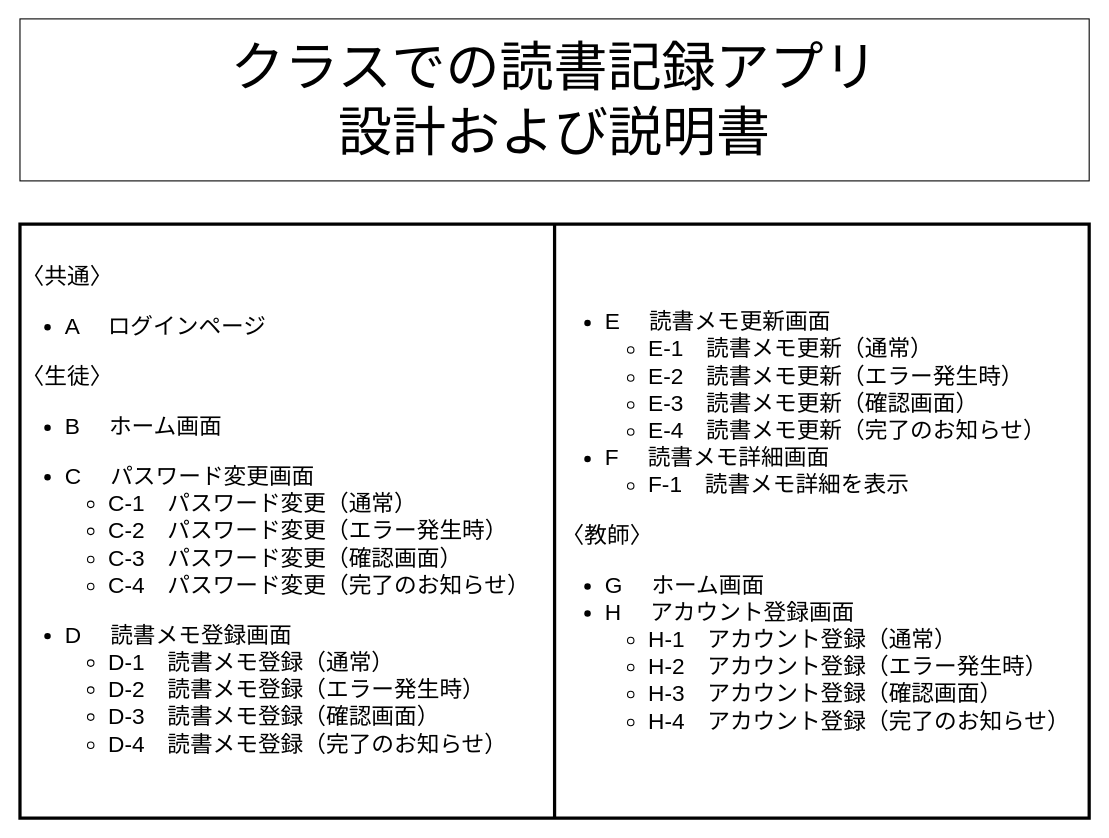
The draw.io diagram page "ページ1" (1 of 17) of ログインページ.drawio in ono-Rom5-6/student-reading-log, before the edit. Source tidied: cells renumbered, new cells numbered last; positions are measured from the earlier drawing's top-left corner, leaving out a move shared by most shapes. Both pictures are drawn from the tidied source at 108%, with x=0, y=0 at pixel (19, 18).
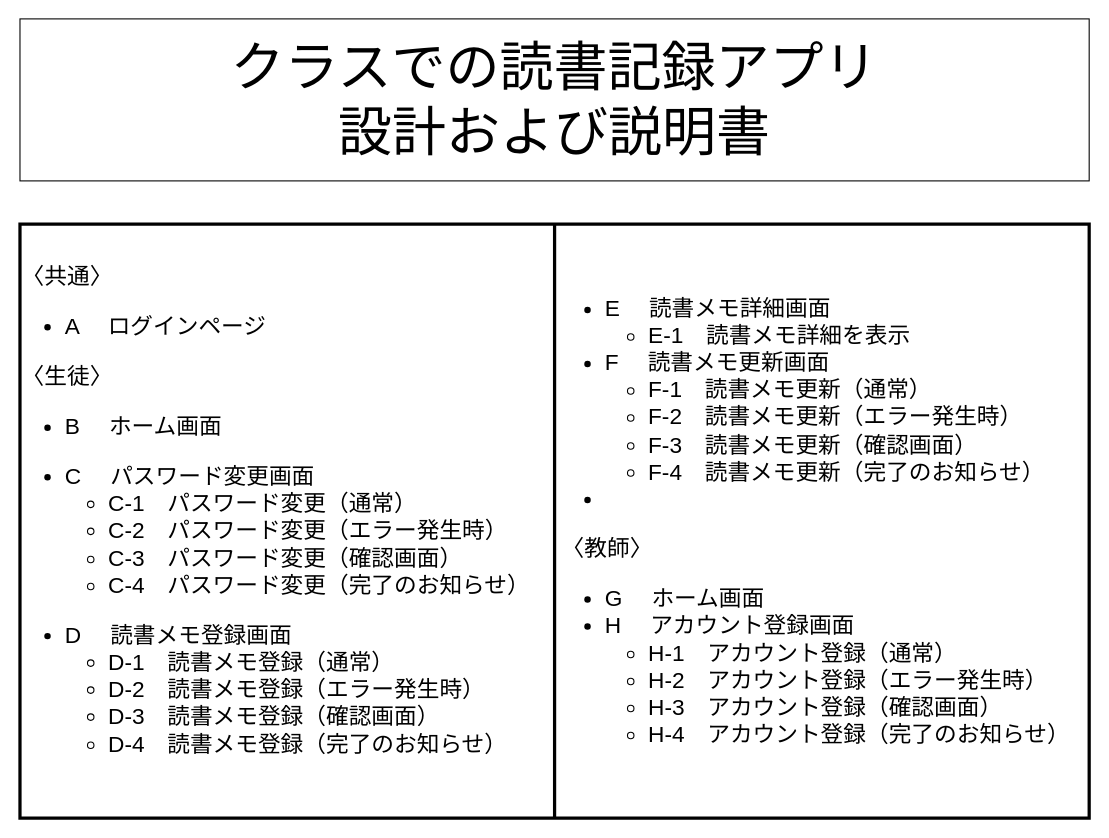
The same page after the edit.

Change to the diagram source:
```diff
@@
 <mxGraphModel>
   <root>
     <mxCell id="0" />
     <mxCell id="1" parent="0" />
     <mxCell id="2" value="&lt;font style=&quot;font-size: 50px;&quot;&gt;クラスでの読書記録アプリ&lt;/font&gt;&lt;div style=&quot;font-size: 50px;&quot;&gt;&lt;font style=&quot;font-size: 50px;&quot;&gt;設計および説明書&lt;/font&gt;&lt;/div&gt;" style="rounded=0;whiteSpace=wrap;html=1;fontSize=30;" parent="1" vertex="1">
       <mxGeometry width="990" height="150" as="geometry" />
     </mxCell>
     <mxCell id="3" style="shape=table;startSize=0;childLayout=tableLayout;strokeWidth=3;" parent="1" vertex="1">
       <mxGeometry y="190" width="990" height="550" as="geometry" />
     </mxCell>
     <mxCell id="4" style="shape=tableRow;horizontal=0;startSize=0;swimlaneHead=0;swimlaneBody=0;strokeColor=inherit;top=0;left=0;bottom=0;right=0;fillColor=none;" parent="3" vertex="1">
       <mxGeometry width="990" height="550" as="geometry" />
     </mxCell>
     <mxCell id="5" style="shape=partialRectangle;html=1;whiteSpace=wrap;strokeColor=inherit;overflow=hidden;fillColor=none;top=0;left=0;bottom=0;right=0;" parent="4" vertex="1">
       <mxGeometry width="495" height="550" as="geometry" />
     </mxCell>
     <mxCell id="6" style="shape=partialRectangle;html=1;whiteSpace=wrap;strokeColor=inherit;overflow=hidden;fillColor=none;top=0;left=0;bottom=0;right=0;" parent="4" vertex="1">
       <mxGeometry x="495" width="495" height="550" as="geometry" />
     </mxCell>
     <mxCell id="7" value="&lt;span style=&quot;background-color: initial; font-size: 21px;&quot;&gt;〈共通〉&lt;/span&gt;&lt;br&gt;&lt;ul style=&quot;font-size: 21px;&quot;&gt;&lt;li&gt;&lt;span style=&quot;background-color: initial;&quot;&gt;A 　ログインページ&lt;/span&gt;&lt;/li&gt;&lt;/ul&gt;&lt;span style=&quot;background-color: initial; font-size: 21px;&quot;&gt;〈生徒〉&lt;/span&gt;&lt;br&gt;&lt;ul style=&quot;font-size: 21px;&quot;&gt;&lt;li&gt;&lt;span style=&quot;background-color: initial;&quot;&gt;B 　ホーム画面&lt;/span&gt;&lt;/li&gt;&lt;/ul&gt;&lt;ul style=&quot;font-size: 21px;&quot;&gt;&lt;li&gt;&lt;span style=&quot;background-color: initial;&quot;&gt;C 　パスワード変更画面&lt;/span&gt;&lt;/li&gt;&lt;ul&gt;&lt;li&gt;&lt;span style=&quot;background-color: initial;&quot;&gt;C-1　パスワード変更（通常）&lt;/span&gt;&lt;/li&gt;&lt;li&gt;&lt;span style=&quot;background-color: initial;&quot;&gt;C-2　パスワード変更（エラー発生時）&lt;/span&gt;&lt;/li&gt;&lt;li&gt;&lt;span style=&quot;background-color: initial;&quot;&gt;C-3　パスワード変更（確認画面）&lt;/span&gt;&lt;/li&gt;&lt;li&gt;&lt;span style=&quot;background-color: initial;&quot;&gt;C-4　パスワード変更（完了のお知らせ）&lt;/span&gt;&lt;/li&gt;&lt;/ul&gt;&lt;/ul&gt;&lt;ul style=&quot;font-size: 21px;&quot;&gt;&lt;li&gt;&lt;span style=&quot;background-color: initial;&quot;&gt;D 　読書メモ登録画面&lt;/span&gt;&lt;/li&gt;&lt;ul&gt;&lt;li&gt;&lt;span style=&quot;background-color: initial;&quot;&gt;D-1　読書メモ登録（通常）　&lt;/span&gt;&lt;/li&gt;&lt;li&gt;&lt;span style=&quot;background-color: initial;&quot;&gt;D-2　読書メモ登録（エラー発生時）&lt;/span&gt;&lt;/li&gt;&lt;li&gt;&lt;span style=&quot;background-color: initial;&quot;&gt;D-3　読書メモ登録（確認画面）&lt;/span&gt;&lt;/li&gt;&lt;li&gt;&lt;span style=&quot;background-color: initial;&quot;&gt;D-4　読書メモ登録（完了のお知らせ）&lt;/span&gt;&lt;/li&gt;&lt;/ul&gt;&lt;/ul&gt;" style="text;html=1;align=left;verticalAlign=middle;whiteSpace=wrap;rounded=0;" parent="1" vertex="1">
       <mxGeometry y="190" width="490" height="550" as="geometry" />
     </mxCell>
-    <mxCell id="8" value="&lt;div style=&quot;font-size: 21px;&quot;&gt;&lt;ul&gt;&lt;li&gt;E 　読書メモ更新画面&lt;/li&gt;&lt;ul&gt;&lt;li&gt;E-1　読書メモ更新（通常）　&lt;/li&gt;&lt;li&gt;E-2　読書メモ更新（エラー発生時）&lt;/li&gt;&lt;li&gt;E-3　読書メモ更新（確認画面）&lt;/li&gt;&lt;li&gt;E-4　読書メモ更新（完了のお知らせ）&lt;/li&gt;&lt;/ul&gt;&lt;li&gt;F 　読書メモ詳細画面&lt;/li&gt;&lt;ul&gt;&lt;li&gt;F-1　読書メモ詳細を表示　&lt;/li&gt;&lt;/ul&gt;&lt;/ul&gt;&lt;span style=&quot;background-color: initial;&quot;&gt;〈教師〉&lt;/span&gt;&lt;br&gt;&lt;ul&gt;&lt;li&gt;G 　ホーム画面&lt;/li&gt;&lt;li&gt;H 　アカウント登録画面&lt;/li&gt;&lt;ul&gt;&lt;li&gt;H-1　アカウント登録（通常）　&lt;/li&gt;&lt;li&gt;H-2　アカウント登録（エラー発生時）&lt;/li&gt;&lt;li&gt;H-3　アカウント登録（確認画面）&lt;/li&gt;&lt;li&gt;H-4　アカウント登録（完了のお知らせ）&lt;/li&gt;&lt;/ul&gt;&lt;/ul&gt;&lt;/div&gt;" style="text;html=1;align=left;verticalAlign=middle;whiteSpace=wrap;rounded=0;" parent="1" vertex="1">
+    <mxCell id="8" value="&lt;div style=&quot;font-size: 21px;&quot;&gt;&lt;ul&gt;&lt;li&gt;E 　読書メモ詳細画面&lt;/li&gt;&lt;ul&gt;&lt;li&gt;E-1　読書メモ詳細を表示　&lt;/li&gt;&lt;/ul&gt;&lt;li&gt;F 　読書メモ更新画面&lt;/li&gt;&lt;ul&gt;&lt;li&gt;F-1　読書メモ更新（通常）　&lt;/li&gt;&lt;li&gt;F-2　読書メモ更新（エラー発生時）&lt;/li&gt;&lt;li&gt;F-3　読書メモ更新（確認画面）&lt;/li&gt;&lt;li&gt;F-4　読書メモ更新（完了のお知らせ）&lt;/li&gt;&lt;/ul&gt;&lt;li&gt;&lt;br&gt;&lt;/li&gt;&lt;/ul&gt;&lt;span style=&quot;background-color: initial;&quot;&gt;〈教師〉&lt;/span&gt;&lt;br&gt;&lt;ul&gt;&lt;li&gt;G 　ホーム画面&lt;/li&gt;&lt;li&gt;H 　アカウント登録画面&lt;/li&gt;&lt;ul&gt;&lt;li&gt;H-1　アカウント登録（通常）　&lt;/li&gt;&lt;li&gt;H-2　アカウント登録（エラー発生時）&lt;/li&gt;&lt;li&gt;H-3　アカウント登録（確認画面）&lt;/li&gt;&lt;li&gt;H-4　アカウント登録（完了のお知らせ）&lt;/li&gt;&lt;/ul&gt;&lt;/ul&gt;&lt;/div&gt;" style="text;html=1;align=left;verticalAlign=middle;whiteSpace=wrap;rounded=0;" parent="1" vertex="1">
       <mxGeometry x="500" y="190" width="490" height="550" as="geometry" />
     </mxCell>
   </root>
 </mxGraphModel>
```
